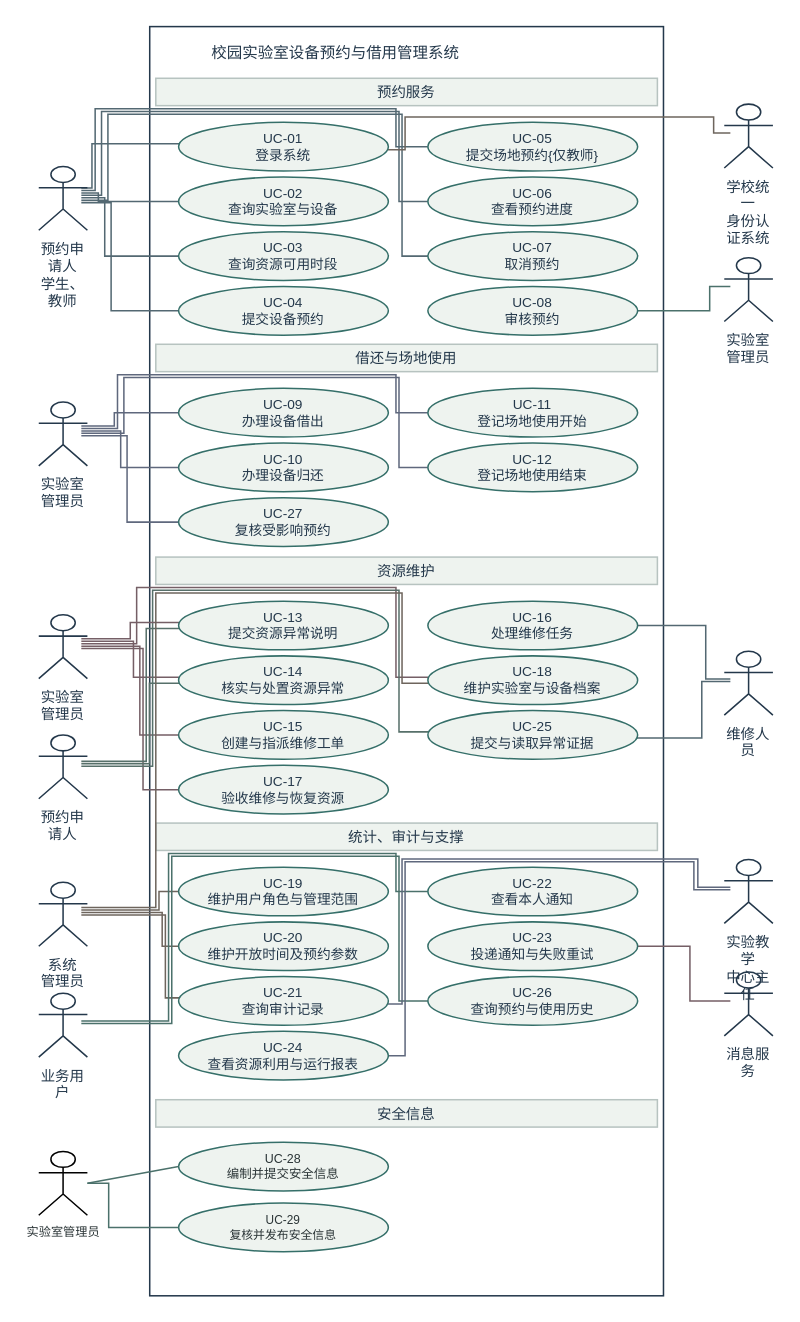
Above: models/图形源文件/图4-1-系统总用例图.drawio in yvming67-gif/campus-lab-equipment-manager (draw.io), before the change. Source tidied: cells renumbered, new cells numbered last; positions are measured from the earlier drawing's top-left corner, leaving out a move shared by most shapes. Both pictures are drawn from the tidied source at 152%, with x=0, y=0 at pixel (38, 26).
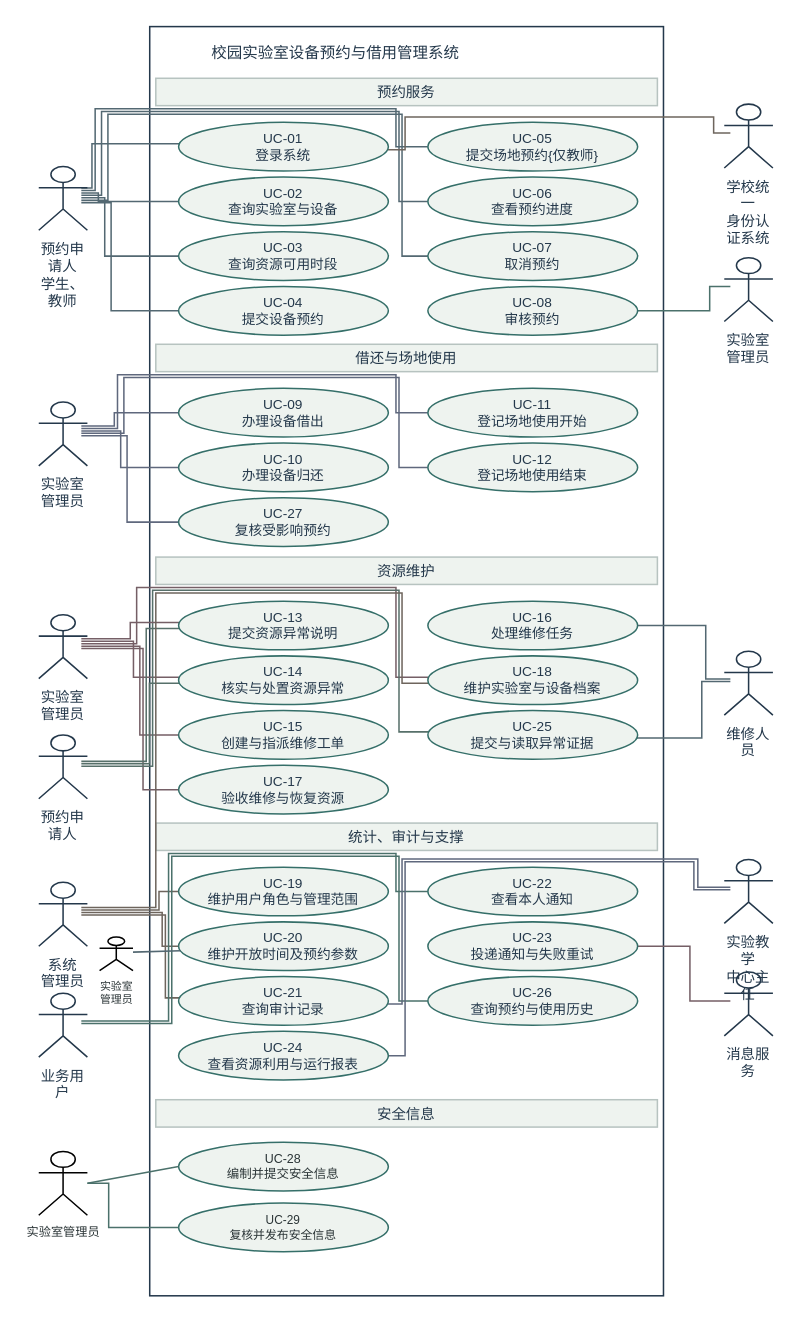
The same diagram, later.

Unchanged cells that the change refers to:
```xml
<mxCell id="61" value="UC-20&lt;br&gt;维护开放时间及预约参数" style="ellipse;strokeColor=#356f69;fillColor=#eef3ef;whiteSpace=wrap;html=1;fontFamily=Microsoft YaHei;fontSize=9.0;fontColor=#24384b;" parent="1" vertex="1">
  <mxGeometry x="92" y="589" width="138" height="32" as="geometry" />
</mxCell>
```

Diff of the diagram source:
```diff
@@
+    <mxCell id="85" value="实验室&lt;br&gt;管理员" style="shape=umlActor;verticalLabelPosition=bottom;verticalAlign=top;html=1;outlineConnect=0;fontFamily=Microsoft YaHei;fontSize=7.2;fontColor=#2a3436;" parent="1" vertex="1">
+      <mxGeometry x="40" y="599" width="22" height="22" as="geometry" />
+    </mxCell>
+    <mxCell id="86" style="edgeStyle=none;rounded=0;startArrow=none;endArrow=none;dashed=0;strokeColor=#536872;exitX=1;exitY=0.45;exitPerimeter=0;entryX=0.009;entryY=0.594;entryPerimeter=0;" parent="1" edge="1" source="85" target="61">
+      <mxGeometry relative="1" as="geometry" />
+    </mxCell>
```
